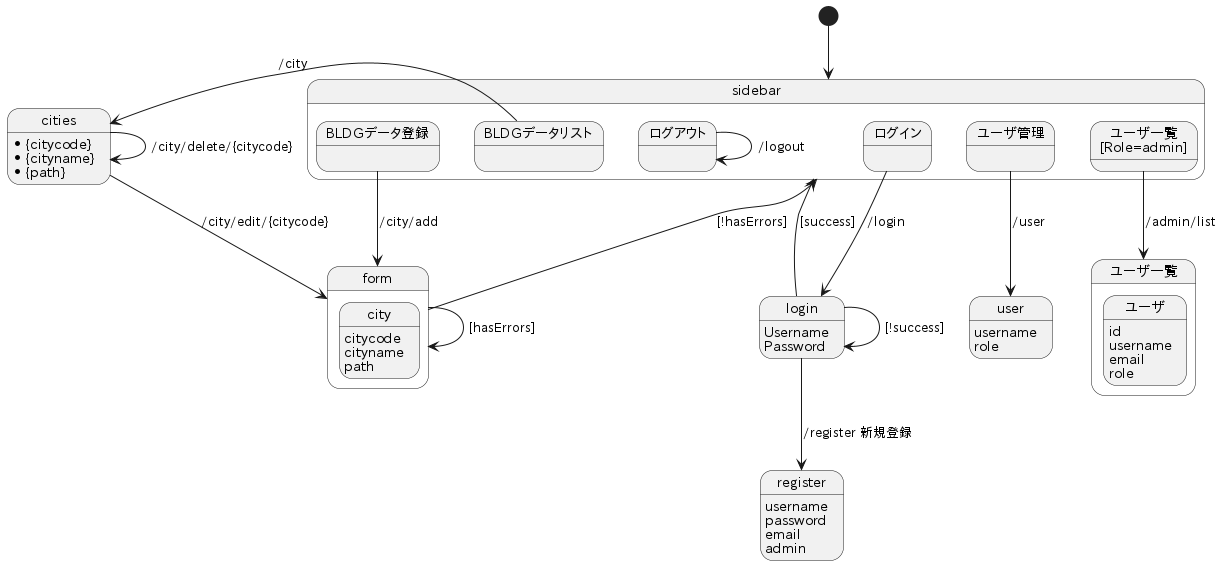
Above: controller.png in yuuhayashi/task-bldg (PlantUML), before the change.
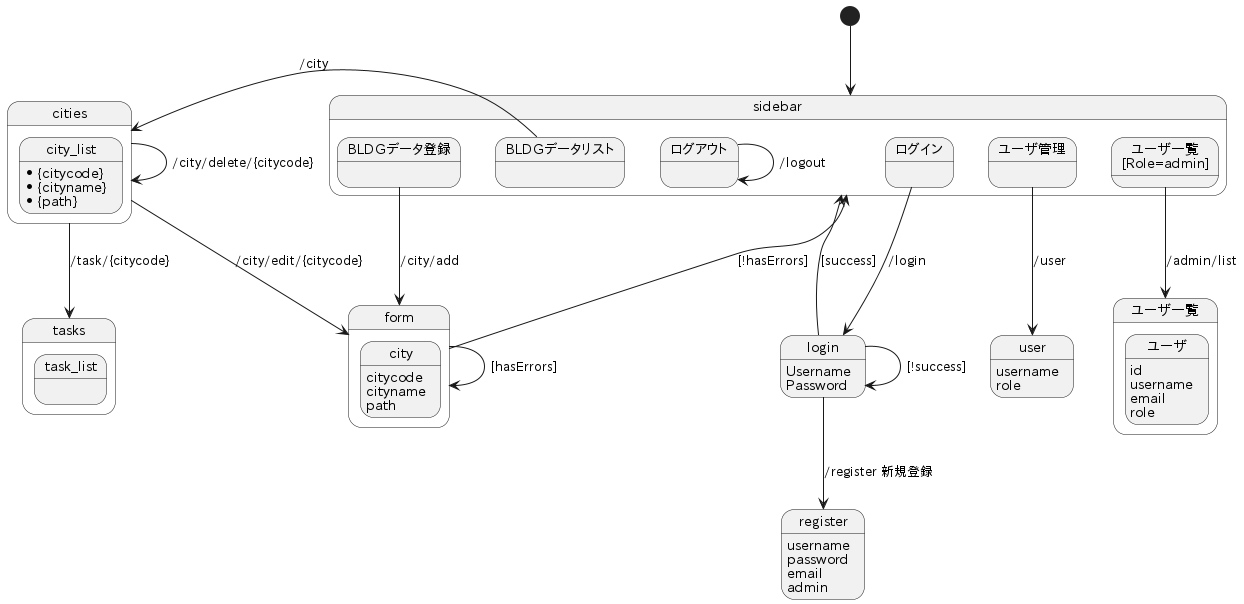
The same file after the commit.

The edit, as a diff of the source:
```diff
@@ -11,6 +11,7 @@
 	state "BLDGデータ登録" as add
 	logout --> logout : /logout
 }
+indeies --> cities : /city
 
 state "login" as login {
 	login : Username
@@ -45,12 +46,20 @@
 }
 list_ --> list : /admin/list
 
-state cities
-	cities : *{citycode}
-	cities : *{cityname}
-	cities : *{path}
+state cities {
+	state city_list {
+		city_list : *{citycode}
+		city_list : *{cityname}
+		city_list : *{path}
+	}
 }
-indeies --> cities : /city
+cities --> cities : /city/delete/{citycode}
+cities --> form : /city/edit/{citycode}
+cities --> tasks : /task/{citycode}
+
+state tasks {
+	state task_list
+}
 
 state form {
 	state city {
@@ -60,8 +69,6 @@
 	}
 }
 
-cities --> cities : /city/delete/{citycode}
-cities --> form : /city/edit/{citycode}
 add --> form : /city/add
 form --> sidebar : [!hasErrors]
 form --> form : [hasErrors]
```
